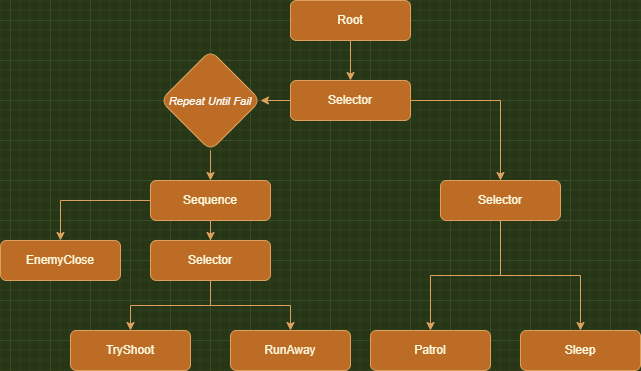
The draw.io diagram BehaviourTree.png in dddushesss/SaberTestTask, before a commit. Source tidied: cells renumbered, new cells last; positions are measured from the earlier drawing's top-left corner, leaving out a move shared by most shapes.
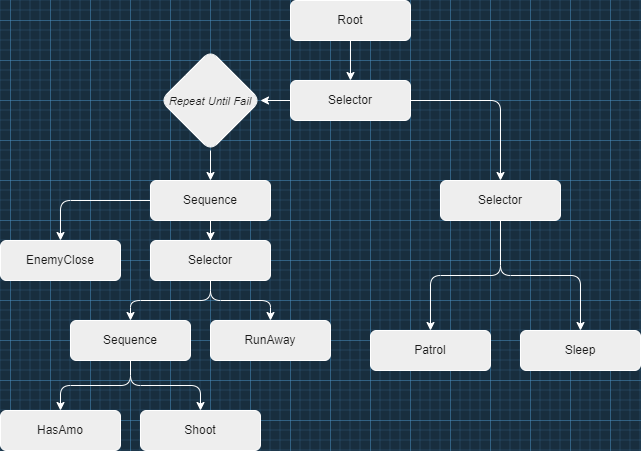
Above is the later version.

Commit message:
updated behaviour tree

What changed in the source:
```diff
@@ -1,69 +1,81 @@
-<mxGraphModel background="#283618">
+<mxGraphModel background="#182E3E">
   <root>
     <mxCell id="0" />
     <mxCell id="1" parent="0" />
-    <mxCell id="2" style="edgeStyle=orthogonalEdgeStyle;rounded=0;jettySize=auto;html=1;labelBackgroundColor=#283618;strokeColor=#DDA15E;fontColor=#FEFAE0;" parent="1" edge="1" source="3" target="6">
+    <mxCell id="2" style="edgeStyle=orthogonalEdgeStyle;rounded=0;jettySize=auto;html=1;labelBackgroundColor=#182E3E;strokeColor=#FFFFFF;fontColor=#FFFFFF;" parent="1" edge="1" source="3" target="6">
       <mxGeometry relative="1" as="geometry" />
     </mxCell>
-    <mxCell id="3" value="Root" style="rounded=1;whiteSpace=wrap;html=1;fontSize=12;glass=0;strokeWidth=1;shadow=0;fillColor=#BC6C25;strokeColor=#DDA15E;fontColor=#FEFAE0;" parent="1" vertex="1">
+    <mxCell id="3" value="Root" style="rounded=1;whiteSpace=wrap;html=1;fontSize=12;glass=0;strokeWidth=1;shadow=0;fillColor=#EEEEEE;strokeColor=#FFFFFF;fontColor=#1A1A1A;" parent="1" vertex="1">
       <mxGeometry x="290" width="120" height="40" as="geometry" />
     </mxCell>
+    <mxCell id="5" style="edgeStyle=orthogonalEdgeStyle;rounded=0;jettySize=auto;html=1;labelBackgroundColor=#182E3E;strokeColor=#FFFFFF;fontColor=#FFFFFF;" parent="1" edge="1" source="6" target="20">
+      <mxGeometry relative="1" as="geometry" />
+    </mxCell>
-    <mxCell id="4" style="edgeStyle=orthogonalEdgeStyle;rounded=0;jettySize=auto;html=1;labelBackgroundColor=#283618;strokeColor=#DDA15E;fontColor=#FEFAE0;" parent="1" edge="1" source="6" target="18">
+    <mxCell id="4" style="edgeStyle=orthogonalEdgeStyle;rounded=1;sketch=0;jettySize=auto;html=1;exitX=1;exitY=0.5;exitDx=0;exitDy=0;entryX=0.5;entryY=0;entryDx=0;entryDy=0;fontSize=11;fontColor=#FFFFFF;strokeColor=#FFFFFF;labelBackgroundColor=#182E3E;" parent="1" edge="1" source="6" target="18">
       <mxGeometry relative="1" as="geometry" />
     </mxCell>
-    <mxCell id="5" style="edgeStyle=orthogonalEdgeStyle;rounded=0;jettySize=auto;html=1;labelBackgroundColor=#283618;strokeColor=#DDA15E;fontColor=#FEFAE0;" parent="1" edge="1" source="6" target="20">
-      <mxGeometry relative="1" as="geometry" />
-    </mxCell>
-    <mxCell id="6" value="Selector" style="whiteSpace=wrap;html=1;rounded=1;glass=0;strokeWidth=1;shadow=0;fillColor=#BC6C25;strokeColor=#DDA15E;fontColor=#FEFAE0;" parent="1" vertex="1">
+    <mxCell id="6" value="Selector" style="whiteSpace=wrap;html=1;rounded=1;glass=0;strokeWidth=1;shadow=0;fillColor=#EEEEEE;strokeColor=#FFFFFF;fontColor=#1A1A1A;" parent="1" vertex="1">
       <mxGeometry x="290" y="80" width="120" height="40" as="geometry" />
     </mxCell>
+    <mxCell id="8" style="edgeStyle=orthogonalEdgeStyle;rounded=0;jettySize=auto;html=1;labelBackgroundColor=#182E3E;strokeColor=#FFFFFF;fontColor=#FFFFFF;" parent="1" edge="1" source="9" target="13">
+      <mxGeometry relative="1" as="geometry" />
+    </mxCell>
-    <mxCell id="7" style="edgeStyle=orthogonalEdgeStyle;rounded=0;jettySize=auto;html=1;labelBackgroundColor=#283618;strokeColor=#DDA15E;fontColor=#FEFAE0;" parent="1" edge="1" source="9" target="10">
+    <mxCell id="7" style="edgeStyle=orthogonalEdgeStyle;rounded=1;sketch=0;jettySize=auto;html=1;exitX=0;exitY=0.5;exitDx=0;exitDy=0;fontSize=11;fontColor=#FFFFFF;strokeColor=#FFFFFF;labelBackgroundColor=#182E3E;" parent="1" edge="1" source="9" target="10">
       <mxGeometry relative="1" as="geometry" />
     </mxCell>
-    <mxCell id="8" style="edgeStyle=orthogonalEdgeStyle;rounded=0;jettySize=auto;html=1;labelBackgroundColor=#283618;strokeColor=#DDA15E;fontColor=#FEFAE0;" parent="1" edge="1" source="9" target="13">
-      <mxGeometry relative="1" as="geometry" />
-    </mxCell>
-    <mxCell id="9" value="Sequence" style="whiteSpace=wrap;html=1;rounded=1;glass=0;strokeWidth=1;shadow=0;fillColor=#BC6C25;strokeColor=#DDA15E;fontColor=#FEFAE0;" parent="1" vertex="1">
+    <mxCell id="9" value="Sequence" style="whiteSpace=wrap;html=1;rounded=1;glass=0;strokeWidth=1;shadow=0;fillColor=#EEEEEE;strokeColor=#FFFFFF;fontColor=#1A1A1A;" parent="1" vertex="1">
       <mxGeometry x="150" y="180" width="120" height="40" as="geometry" />
     </mxCell>
-    <mxCell id="10" value="EnemyClose" style="whiteSpace=wrap;html=1;rounded=1;glass=0;strokeWidth=1;shadow=0;fillColor=#BC6C25;strokeColor=#DDA15E;fontColor=#FEFAE0;" parent="1" vertex="1">
+    <mxCell id="10" value="EnemyClose" style="whiteSpace=wrap;html=1;rounded=1;glass=0;strokeWidth=1;shadow=0;fillColor=#EEEEEE;strokeColor=#FFFFFF;fontColor=#1A1A1A;" parent="1" vertex="1">
       <mxGeometry y="240" width="120" height="40" as="geometry" />
     </mxCell>
-    <mxCell id="11" style="edgeStyle=orthogonalEdgeStyle;rounded=0;jettySize=auto;html=1;labelBackgroundColor=#283618;strokeColor=#DDA15E;fontColor=#FEFAE0;" parent="1" edge="1" source="13" target="14">
-      <mxGeometry relative="1" as="geometry" />
-    </mxCell>
+    <mxCell id="23" style="rounded=1;sketch=0;jettySize=auto;html=1;fontSize=11;fontColor=#FFFFFF;strokeColor=#FFFFFF;edgeStyle=orthogonalEdgeStyle;labelBackgroundColor=#182E3E;" parent="1" edge="1" source="13" target="26">
+      <mxGeometry relative="1" as="geometry" />
+    </mxCell>
-    <mxCell id="12" style="edgeStyle=orthogonalEdgeStyle;rounded=0;jettySize=auto;html=1;labelBackgroundColor=#283618;strokeColor=#DDA15E;fontColor=#FEFAE0;" parent="1" edge="1" source="13" target="15">
+    <mxCell id="12" style="edgeStyle=orthogonalEdgeStyle;rounded=1;sketch=0;jettySize=auto;html=1;exitX=0.5;exitY=1;exitDx=0;exitDy=0;entryX=0.5;entryY=0;entryDx=0;entryDy=0;fontSize=11;fontColor=#FFFFFF;strokeColor=#FFFFFF;labelBackgroundColor=#182E3E;" parent="1" edge="1" source="13" target="15">
       <mxGeometry relative="1" as="geometry" />
     </mxCell>
-    <mxCell id="13" value="Selector" style="whiteSpace=wrap;html=1;rounded=1;glass=0;strokeWidth=1;shadow=0;fillColor=#BC6C25;strokeColor=#DDA15E;fontColor=#FEFAE0;" parent="1" vertex="1">
+    <mxCell id="13" value="Selector" style="whiteSpace=wrap;html=1;rounded=1;glass=0;strokeWidth=1;shadow=0;fillColor=#EEEEEE;strokeColor=#FFFFFF;fontColor=#1A1A1A;" parent="1" vertex="1">
       <mxGeometry x="150" y="240" width="120" height="40" as="geometry" />
     </mxCell>
-    <mxCell id="14" value="TryShoot" style="whiteSpace=wrap;html=1;rounded=1;glass=0;strokeWidth=1;shadow=0;fillColor=#BC6C25;strokeColor=#DDA15E;fontColor=#FEFAE0;" parent="1" vertex="1">
-      <mxGeometry x="70" y="330" width="120" height="40" as="geometry" />
+    <mxCell id="14" value="Shoot" style="whiteSpace=wrap;html=1;rounded=1;glass=0;strokeWidth=1;shadow=0;fillColor=#EEEEEE;strokeColor=#FFFFFF;fontColor=#1A1A1A;" parent="1" vertex="1">
+      <mxGeometry x="140" y="410" width="120" height="40" as="geometry" />
     </mxCell>
-    <mxCell id="15" value="RunAway" style="whiteSpace=wrap;html=1;rounded=1;glass=0;strokeWidth=1;shadow=0;fillColor=#BC6C25;strokeColor=#DDA15E;fontColor=#FEFAE0;" parent="1" vertex="1">
-      <mxGeometry x="230" y="330" width="120" height="40" as="geometry" />
+    <mxCell id="15" value="RunAway" style="whiteSpace=wrap;html=1;rounded=1;glass=0;strokeWidth=1;shadow=0;fillColor=#EEEEEE;strokeColor=#FFFFFF;fontColor=#1A1A1A;" parent="1" vertex="1">
+      <mxGeometry x="210" y="320" width="120" height="40" as="geometry" />
     </mxCell>
-    <mxCell id="16" style="edgeStyle=orthogonalEdgeStyle;rounded=0;jettySize=auto;html=1;labelBackgroundColor=#283618;strokeColor=#DDA15E;fontColor=#FEFAE0;" parent="1" edge="1" source="18" target="21">
+    <mxCell id="16" style="edgeStyle=orthogonalEdgeStyle;rounded=1;jettySize=auto;html=1;labelBackgroundColor=#182E3E;strokeColor=#FFFFFF;fontColor=#FFFFFF;" parent="1" edge="1" source="18" target="21">
       <mxGeometry relative="1" as="geometry" />
     </mxCell>
-    <mxCell id="17" style="edgeStyle=orthogonalEdgeStyle;rounded=0;jettySize=auto;html=1;labelBackgroundColor=#283618;strokeColor=#DDA15E;fontColor=#FEFAE0;" parent="1" edge="1" source="18" target="22">
+    <mxCell id="17" style="edgeStyle=orthogonalEdgeStyle;rounded=1;sketch=0;jettySize=auto;html=1;exitX=0.5;exitY=1;exitDx=0;exitDy=0;entryX=0.5;entryY=0;entryDx=0;entryDy=0;fontSize=11;fontColor=#FFFFFF;strokeColor=#FFFFFF;labelBackgroundColor=#182E3E;" parent="1" edge="1" source="18" target="22">
       <mxGeometry relative="1" as="geometry" />
     </mxCell>
-    <mxCell id="18" value="Selector" style="whiteSpace=wrap;html=1;rounded=1;glass=0;strokeWidth=1;shadow=0;fillColor=#BC6C25;strokeColor=#DDA15E;fontColor=#FEFAE0;" parent="1" vertex="1">
+    <mxCell id="18" value="Selector" style="whiteSpace=wrap;html=1;rounded=1;glass=0;strokeWidth=1;shadow=0;fillColor=#EEEEEE;strokeColor=#FFFFFF;fontColor=#1A1A1A;" parent="1" vertex="1">
       <mxGeometry x="440" y="180" width="120" height="40" as="geometry" />
     </mxCell>
-    <mxCell id="19" style="edgeStyle=orthogonalEdgeStyle;rounded=0;jettySize=auto;html=1;exitX=0.5;exitY=1;exitDx=0;exitDy=0;entryX=0.5;entryY=0;entryDx=0;entryDy=0;labelBackgroundColor=#283618;strokeColor=#DDA15E;fontColor=#FEFAE0;" parent="1" edge="1" source="20" target="9">
+    <mxCell id="19" style="edgeStyle=orthogonalEdgeStyle;rounded=0;jettySize=auto;html=1;exitX=0.5;exitY=1;exitDx=0;exitDy=0;entryX=0.5;entryY=0;entryDx=0;entryDy=0;labelBackgroundColor=#182E3E;strokeColor=#FFFFFF;fontColor=#FFFFFF;" parent="1" edge="1" source="20" target="9">
       <mxGeometry relative="1" as="geometry" />
     </mxCell>
-    <mxCell id="20" value="&lt;em style=&quot;box-sizing: border-box; font-family: Poppins, sans-serif; font-size: 11px; line-height: 24px; letter-spacing: 0.08px; text-align: left; word-break: break-word; border: none;&quot;&gt;Repeat Until Fail&lt;/em&gt;" style="rhombus;whiteSpace=wrap;html=1;rounded=1;glass=0;strokeWidth=1;shadow=0;fillColor=#BC6C25;strokeColor=#DDA15E;fontColor=#FFFFFF;labelBackgroundColor=none;labelBorderColor=none;fontSize=11;" parent="1" vertex="1">
+    <mxCell id="20" value="&lt;em style=&quot;box-sizing: border-box; font-family: Poppins, sans-serif; font-size: 11px; line-height: 24px; letter-spacing: 0.08px; text-align: left; word-break: break-word; border: none;&quot;&gt;Repeat Until Fail&lt;/em&gt;" style="rhombus;whiteSpace=wrap;html=1;rounded=1;glass=0;strokeWidth=1;shadow=0;fillColor=#EEEEEE;strokeColor=#FFFFFF;fontColor=#1A1A1A;labelBackgroundColor=none;labelBorderColor=none;fontSize=11;" parent="1" vertex="1">
       <mxGeometry x="160" y="50" width="100" height="100" as="geometry" />
     </mxCell>
-    <mxCell id="21" value="Patrol" style="whiteSpace=wrap;html=1;rounded=1;glass=0;strokeWidth=1;shadow=0;fillColor=#BC6C25;strokeColor=#DDA15E;fontColor=#FEFAE0;" parent="1" vertex="1">
+    <mxCell id="21" value="Patrol" style="whiteSpace=wrap;html=1;rounded=1;glass=0;strokeWidth=1;shadow=0;fillColor=#EEEEEE;strokeColor=#FFFFFF;fontColor=#1A1A1A;" parent="1" vertex="1">
       <mxGeometry x="370" y="330" width="120" height="40" as="geometry" />
     </mxCell>
-    <mxCell id="22" value="Sleep" style="whiteSpace=wrap;html=1;rounded=1;glass=0;strokeWidth=1;shadow=0;fillColor=#BC6C25;strokeColor=#DDA15E;fontColor=#FEFAE0;" parent="1" vertex="1">
+    <mxCell id="22" value="Sleep" style="whiteSpace=wrap;html=1;rounded=1;glass=0;strokeWidth=1;shadow=0;fillColor=#EEEEEE;strokeColor=#FFFFFF;fontColor=#1A1A1A;" parent="1" vertex="1">
       <mxGeometry x="520" y="330" width="120" height="40" as="geometry" />
     </mxCell>
+    <mxCell id="24" style="edgeStyle=orthogonalEdgeStyle;rounded=1;sketch=0;jettySize=auto;html=1;fontSize=11;fontColor=#FFFFFF;strokeColor=#FFFFFF;labelBackgroundColor=#182E3E;" parent="1" edge="1" source="26" target="27">
+      <mxGeometry relative="1" as="geometry" />
+    </mxCell>
+    <mxCell id="25" style="edgeStyle=orthogonalEdgeStyle;rounded=1;sketch=0;jettySize=auto;html=1;exitX=0.5;exitY=1;exitDx=0;exitDy=0;entryX=0.5;entryY=0;entryDx=0;entryDy=0;fontSize=11;fontColor=#FFFFFF;strokeColor=#FFFFFF;labelBackgroundColor=#182E3E;" parent="1" edge="1" source="26" target="14">
+      <mxGeometry relative="1" as="geometry" />
+    </mxCell>
+    <mxCell id="26" value="Sequence" style="whiteSpace=wrap;html=1;rounded=1;glass=0;strokeWidth=1;shadow=0;fillColor=#EEEEEE;strokeColor=#FFFFFF;fontColor=#1A1A1A;" parent="1" vertex="1">
+      <mxGeometry x="70" y="320" width="120" height="40" as="geometry" />
+    </mxCell>
+    <mxCell id="27" value="HasAmo" style="whiteSpace=wrap;html=1;rounded=1;glass=0;strokeWidth=1;shadow=0;fillColor=#EEEEEE;strokeColor=#FFFFFF;fontColor=#1A1A1A;" parent="1" vertex="1">
+      <mxGeometry y="410" width="120" height="40" as="geometry" />
+    </mxCell>
   </root>
 </mxGraphModel>
```
